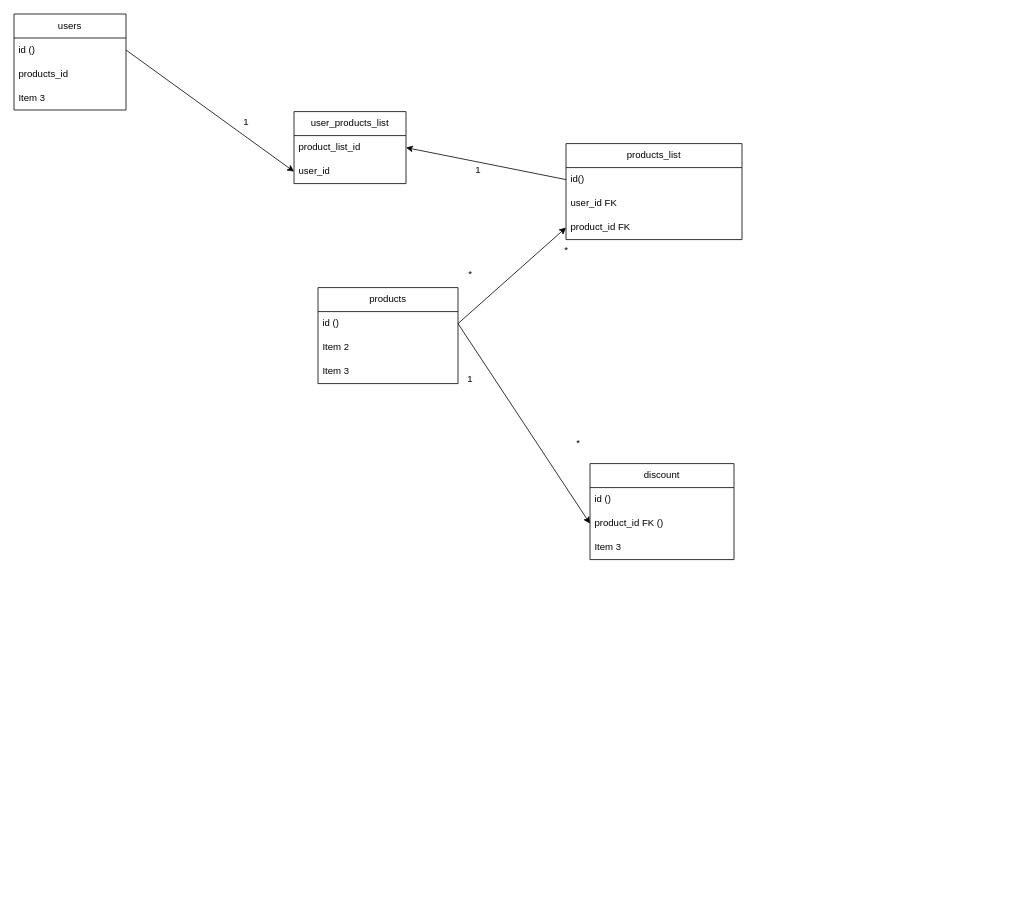
Above: DB_GRAPH.drawio in DamianoMura/backend (draw.io), before the change. Source tidied: cells renumbered, new cells numbered last; positions are measured from the earlier drawing's top-left corner, leaving out a move shared by most shapes. Both pictures are drawn from the tidied source at 80%, with x=0, y=0 at pixel (14, 14).
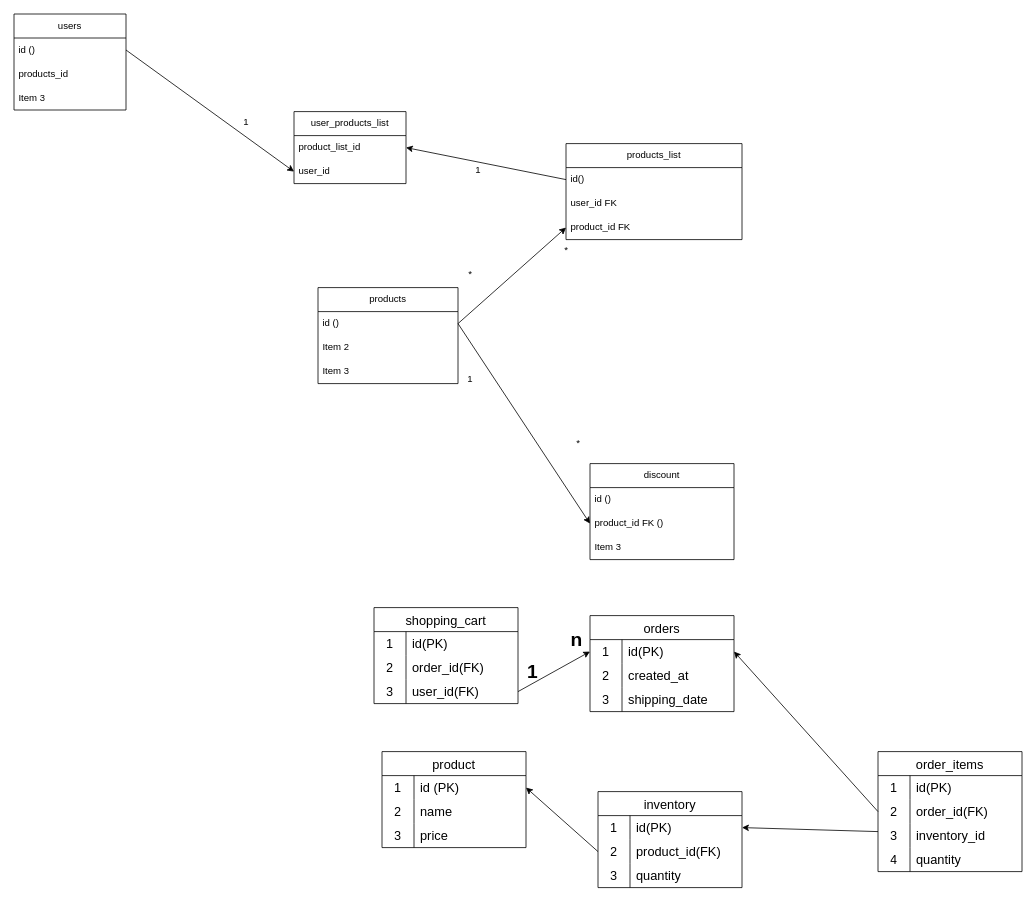
After the change.

Commit message:
[upd] graph

The edit, as a diff of the source:
```diff
@@
+    <mxCell id="31" value="product" style="shape=table;startSize=30;childLayout=tableLayout;rowLines=0;fontStyle=0;strokeColor=default;fontSize=16;" parent="1" vertex="1">
+      <mxGeometry x="460" y="922" width="180" height="120" as="geometry" />
+    </mxCell>
+    <mxCell id="32" style="shape=tableRow;horizontal=0;startSize=0;swimlaneHead=0;swimlaneBody=0;top=0;left=0;bottom=0;right=0;fillColor=none;points=[[0,0.5],[1,0.5]];portConstraint=eastwest;strokeColor=inherit;fontSize=16;" parent="31" vertex="1">
+      <mxGeometry y="30" width="180" height="30" as="geometry" />
+    </mxCell>
+    <mxCell id="33" value="1" style="shape=partialRectangle;html=1;whiteSpace=wrap;fillColor=none;top=0;left=0;bottom=0;right=0;overflow=hidden;strokeColor=inherit;fontSize=16;" parent="32" vertex="1">
+      <mxGeometry width="40" height="30" as="geometry" />
+    </mxCell>
+    <mxCell id="34" value="id (PK)" style="shape=partialRectangle;html=1;whiteSpace=wrap;fillColor=none;top=0;left=0;bottom=0;right=0;align=left;spacingLeft=6;overflow=hidden;strokeColor=inherit;fontSize=16;" parent="32" vertex="1">
+      <mxGeometry x="40" width="140" height="30" as="geometry" />
+    </mxCell>
+    <mxCell id="35" style="shape=tableRow;horizontal=0;startSize=0;swimlaneHead=0;swimlaneBody=0;top=0;left=0;bottom=0;right=0;fillColor=none;strokeColor=inherit;fontSize=16;" parent="31" vertex="1">
+      <mxGeometry y="60" width="180" height="30" as="geometry" />
+    </mxCell>
+    <mxCell id="36" value="2" style="shape=partialRectangle;html=1;whiteSpace=wrap;fillColor=none;top=0;left=0;bottom=0;right=0;overflow=hidden;strokeColor=inherit;fontSize=16;" parent="35" vertex="1">
+      <mxGeometry width="40" height="30" as="geometry" />
+    </mxCell>
+    <mxCell id="37" value="name" style="shape=partialRectangle;html=1;whiteSpace=wrap;fillColor=none;top=0;left=0;bottom=0;right=0;align=left;spacingLeft=6;overflow=hidden;strokeColor=inherit;fontSize=16;" parent="35" vertex="1">
+      <mxGeometry x="40" width="140" height="30" as="geometry" />
+    </mxCell>
+    <mxCell id="38" style="shape=tableRow;horizontal=0;startSize=0;swimlaneHead=0;swimlaneBody=0;top=0;left=0;bottom=0;right=0;fillColor=none;strokeColor=inherit;fontSize=16;" parent="31" vertex="1">
+      <mxGeometry y="90" width="180" height="30" as="geometry" />
+    </mxCell>
+    <mxCell id="39" value="3" style="shape=partialRectangle;html=1;whiteSpace=wrap;fillColor=none;top=0;left=0;bottom=0;right=0;overflow=hidden;strokeColor=inherit;fontSize=16;" parent="38" vertex="1">
+      <mxGeometry width="40" height="30" as="geometry" />
+    </mxCell>
+    <mxCell id="40" value="price" style="shape=partialRectangle;html=1;whiteSpace=wrap;fillColor=none;top=0;left=0;bottom=0;right=0;align=left;spacingLeft=6;overflow=hidden;strokeColor=inherit;fontSize=16;" parent="38" vertex="1">
+      <mxGeometry x="40" width="140" height="30" as="geometry" />
+    </mxCell>
+    <mxCell id="41" value="inventory" style="shape=table;startSize=30;childLayout=tableLayout;rowLines=0;fontStyle=0;strokeColor=default;fontSize=16;" parent="1" vertex="1">
+      <mxGeometry x="730" y="972" width="180" height="120" as="geometry" />
+    </mxCell>
+    <mxCell id="42" style="shape=tableRow;horizontal=0;startSize=0;swimlaneHead=0;swimlaneBody=0;top=0;left=0;bottom=0;right=0;fillColor=none;points=[[0,0.5],[1,0.5]];portConstraint=eastwest;strokeColor=inherit;fontSize=16;" parent="41" vertex="1">
+      <mxGeometry y="30" width="180" height="30" as="geometry" />
+    </mxCell>
+    <mxCell id="43" value="1" style="shape=partialRectangle;html=1;whiteSpace=wrap;fillColor=none;top=0;left=0;bottom=0;right=0;overflow=hidden;strokeColor=inherit;fontSize=16;" parent="42" vertex="1">
+      <mxGeometry width="40" height="30" as="geometry" />
+    </mxCell>
+    <mxCell id="44" value="id(PK)" style="shape=partialRectangle;html=1;whiteSpace=wrap;fillColor=none;top=0;left=0;bottom=0;right=0;align=left;spacingLeft=6;overflow=hidden;strokeColor=inherit;fontSize=16;" parent="42" vertex="1">
+      <mxGeometry x="40" width="140" height="30" as="geometry" />
+    </mxCell>
+    <mxCell id="45" style="shape=tableRow;horizontal=0;startSize=0;swimlaneHead=0;swimlaneBody=0;top=0;left=0;bottom=0;right=0;fillColor=none;points=[[0,0.5],[1,0.5]];portConstraint=eastwest;strokeColor=inherit;fontSize=16;" parent="41" vertex="1">
+      <mxGeometry y="60" width="180" height="30" as="geometry" />
+    </mxCell>
+    <mxCell id="46" value="2" style="shape=partialRectangle;html=1;whiteSpace=wrap;fillColor=none;top=0;left=0;bottom=0;right=0;overflow=hidden;strokeColor=inherit;fontSize=16;" parent="45" vertex="1">
+      <mxGeometry width="40" height="30" as="geometry" />
+    </mxCell>
+    <mxCell id="47" value="product_id(FK)" style="shape=partialRectangle;html=1;whiteSpace=wrap;fillColor=none;top=0;left=0;bottom=0;right=0;align=left;spacingLeft=6;overflow=hidden;strokeColor=inherit;fontSize=16;" parent="45" vertex="1">
+      <mxGeometry x="40" width="140" height="30" as="geometry" />
+    </mxCell>
+    <mxCell id="48" style="shape=tableRow;horizontal=0;startSize=0;swimlaneHead=0;swimlaneBody=0;top=0;left=0;bottom=0;right=0;fillColor=none;strokeColor=inherit;fontSize=16;" parent="41" vertex="1">
+      <mxGeometry y="90" width="180" height="30" as="geometry" />
+    </mxCell>
+    <mxCell id="49" value="3" style="shape=partialRectangle;html=1;whiteSpace=wrap;fillColor=none;top=0;left=0;bottom=0;right=0;overflow=hidden;strokeColor=inherit;fontSize=16;" parent="48" vertex="1">
+      <mxGeometry width="40" height="30" as="geometry" />
+    </mxCell>
+    <mxCell id="50" value="quantity" style="shape=partialRectangle;html=1;whiteSpace=wrap;fillColor=none;top=0;left=0;bottom=0;right=0;align=left;spacingLeft=6;overflow=hidden;strokeColor=inherit;fontSize=16;" parent="48" vertex="1">
+      <mxGeometry x="40" width="140" height="30" as="geometry" />
+    </mxCell>
+    <mxCell id="51" value="orders" style="shape=table;startSize=30;childLayout=tableLayout;rowLines=0;fontStyle=0;strokeColor=default;fontSize=16;" parent="1" vertex="1">
+      <mxGeometry x="720" y="752" width="180" height="120" as="geometry" />
+    </mxCell>
+    <mxCell id="52" style="shape=tableRow;horizontal=0;startSize=0;swimlaneHead=0;swimlaneBody=0;top=0;left=0;bottom=0;right=0;fillColor=none;points=[[0,0.5],[1,0.5]];portConstraint=eastwest;strokeColor=inherit;fontSize=16;" parent="51" vertex="1">
+      <mxGeometry y="30" width="180" height="30" as="geometry" />
+    </mxCell>
+    <mxCell id="53" value="1" style="shape=partialRectangle;html=1;whiteSpace=wrap;fillColor=none;top=0;left=0;bottom=0;right=0;overflow=hidden;strokeColor=inherit;fontSize=16;" parent="52" vertex="1">
+      <mxGeometry width="40" height="30" as="geometry" />
+    </mxCell>
+    <mxCell id="54" value="id(PK)" style="shape=partialRectangle;html=1;whiteSpace=wrap;fillColor=none;top=0;left=0;bottom=0;right=0;align=left;spacingLeft=6;overflow=hidden;strokeColor=inherit;fontSize=16;" parent="52" vertex="1">
+      <mxGeometry x="40" width="140" height="30" as="geometry" />
+    </mxCell>
+    <mxCell id="55" style="shape=tableRow;horizontal=0;startSize=0;swimlaneHead=0;swimlaneBody=0;top=0;left=0;bottom=0;right=0;fillColor=none;strokeColor=inherit;fontSize=16;" parent="51" vertex="1">
+      <mxGeometry y="60" width="180" height="30" as="geometry" />
+    </mxCell>
+    <mxCell id="56" value="2" style="shape=partialRectangle;html=1;whiteSpace=wrap;fillColor=none;top=0;left=0;bottom=0;right=0;overflow=hidden;strokeColor=inherit;fontSize=16;" parent="55" vertex="1">
+      <mxGeometry width="40" height="30" as="geometry" />
+    </mxCell>
+    <mxCell id="57" value="created_at" style="shape=partialRectangle;html=1;whiteSpace=wrap;fillColor=none;top=0;left=0;bottom=0;right=0;align=left;spacingLeft=6;overflow=hidden;strokeColor=inherit;fontSize=16;" parent="55" vertex="1">
+      <mxGeometry x="40" width="140" height="30" as="geometry" />
+    </mxCell>
+    <mxCell id="58" style="shape=tableRow;horizontal=0;startSize=0;swimlaneHead=0;swimlaneBody=0;top=0;left=0;bottom=0;right=0;fillColor=none;strokeColor=inherit;fontSize=16;" parent="51" vertex="1">
+      <mxGeometry y="90" width="180" height="30" as="geometry" />
+    </mxCell>
+    <mxCell id="59" value="3" style="shape=partialRectangle;html=1;whiteSpace=wrap;fillColor=none;top=0;left=0;bottom=0;right=0;overflow=hidden;strokeColor=inherit;fontSize=16;" parent="58" vertex="1">
+      <mxGeometry width="40" height="30" as="geometry" />
+    </mxCell>
+    <mxCell id="60" value="shipping_date" style="shape=partialRectangle;html=1;whiteSpace=wrap;fillColor=none;top=0;left=0;bottom=0;right=0;align=left;spacingLeft=6;overflow=hidden;strokeColor=inherit;fontSize=16;" parent="58" vertex="1">
+      <mxGeometry x="40" width="140" height="30" as="geometry" />
+    </mxCell>
+    <mxCell id="61" value="order_items" style="shape=table;startSize=30;childLayout=tableLayout;rowLines=0;fontStyle=0;strokeColor=default;fontSize=16;" parent="1" vertex="1">
+      <mxGeometry x="1080" y="922" width="180" height="150" as="geometry" />
+    </mxCell>
+    <mxCell id="62" style="shape=tableRow;horizontal=0;startSize=0;swimlaneHead=0;swimlaneBody=0;top=0;left=0;bottom=0;right=0;fillColor=none;strokeColor=inherit;fontSize=16;" parent="61" vertex="1">
+      <mxGeometry y="30" width="180" height="30" as="geometry" />
+    </mxCell>
+    <mxCell id="63" value="1" style="shape=partialRectangle;html=1;whiteSpace=wrap;fillColor=none;top=0;left=0;bottom=0;right=0;overflow=hidden;strokeColor=inherit;fontSize=16;" parent="62" vertex="1">
+      <mxGeometry width="40" height="30" as="geometry" />
+    </mxCell>
+    <mxCell id="64" value="id(PK)" style="shape=partialRectangle;html=1;whiteSpace=wrap;fillColor=none;top=0;left=0;bottom=0;right=0;align=left;spacingLeft=6;overflow=hidden;strokeColor=inherit;fontSize=16;" parent="62" vertex="1">
+      <mxGeometry x="40" width="140" height="30" as="geometry" />
+    </mxCell>
+    <mxCell id="65" style="shape=tableRow;horizontal=0;startSize=0;swimlaneHead=0;swimlaneBody=0;top=0;left=0;bottom=0;right=0;fillColor=none;points=[[0,0.5],[1,0.5]];portConstraint=eastwest;strokeColor=inherit;fontSize=16;" parent="61" vertex="1">
+      <mxGeometry y="60" width="180" height="30" as="geometry" />
+    </mxCell>
+    <mxCell id="66" value="2" style="shape=partialRectangle;html=1;whiteSpace=wrap;fillColor=none;top=0;left=0;bottom=0;right=0;overflow=hidden;strokeColor=inherit;fontSize=16;" parent="65" vertex="1">
+      <mxGeometry width="40" height="30" as="geometry" />
+    </mxCell>
+    <mxCell id="67" value="order_id(FK)" style="shape=partialRectangle;html=1;whiteSpace=wrap;fillColor=none;top=0;left=0;bottom=0;right=0;align=left;spacingLeft=6;overflow=hidden;strokeColor=inherit;fontSize=16;" parent="65" vertex="1">
+      <mxGeometry x="40" width="140" height="30" as="geometry" />
+    </mxCell>
+    <mxCell id="68" style="shape=tableRow;horizontal=0;startSize=0;swimlaneHead=0;swimlaneBody=0;top=0;left=0;bottom=0;right=0;fillColor=none;strokeColor=inherit;fontSize=16;" parent="61" vertex="1">
+      <mxGeometry y="90" width="180" height="30" as="geometry" />
+    </mxCell>
+    <mxCell id="69" value="3" style="shape=partialRectangle;html=1;whiteSpace=wrap;fillColor=none;top=0;left=0;bottom=0;right=0;overflow=hidden;strokeColor=inherit;fontSize=16;" parent="68" vertex="1">
+      <mxGeometry width="40" height="30" as="geometry" />
+    </mxCell>
+    <mxCell id="70" value="inventory_id" style="shape=partialRectangle;html=1;whiteSpace=wrap;fillColor=none;top=0;left=0;bottom=0;right=0;align=left;spacingLeft=6;overflow=hidden;strokeColor=inherit;fontSize=16;" parent="68" vertex="1">
+      <mxGeometry x="40" width="140" height="30" as="geometry" />
+    </mxCell>
+    <mxCell id="71" style="shape=tableRow;horizontal=0;startSize=0;swimlaneHead=0;swimlaneBody=0;top=0;left=0;bottom=0;right=0;fillColor=none;strokeColor=inherit;fontSize=16;" parent="61" vertex="1">
+      <mxGeometry y="120" width="180" height="30" as="geometry" />
+    </mxCell>
+    <mxCell id="72" value="4" style="shape=partialRectangle;html=1;whiteSpace=wrap;fillColor=none;top=0;left=0;bottom=0;right=0;overflow=hidden;strokeColor=inherit;fontSize=16;" parent="71" vertex="1">
+      <mxGeometry width="40" height="30" as="geometry" />
+    </mxCell>
+    <mxCell id="73" value="quantity" style="shape=partialRectangle;html=1;whiteSpace=wrap;fillColor=none;top=0;left=0;bottom=0;right=0;align=left;spacingLeft=6;overflow=hidden;strokeColor=inherit;fontSize=16;" parent="71" vertex="1">
+      <mxGeometry x="40" width="140" height="30" as="geometry" />
+    </mxCell>
+    <mxCell id="74" style="edgeStyle=none;html=1;exitX=0;exitY=0.5;exitDx=0;exitDy=0;entryX=1;entryY=0.5;entryDx=0;entryDy=0;" parent="1" edge="1" source="45" target="32">
+      <mxGeometry relative="1" as="geometry" />
+    </mxCell>
+    <mxCell id="75" style="edgeStyle=none;html=1;exitX=0;exitY=0.5;exitDx=0;exitDy=0;entryX=1;entryY=0.5;entryDx=0;entryDy=0;" parent="1" edge="1" target="42">
+      <mxGeometry relative="1" as="geometry">
+        <mxPoint x="1080" y="1022" as="sourcePoint" />
+      </mxGeometry>
+    </mxCell>
+    <mxCell id="76" style="edgeStyle=none;html=1;exitX=0;exitY=0.5;exitDx=0;exitDy=0;entryX=1;entryY=0.5;entryDx=0;entryDy=0;" parent="1" edge="1" source="65" target="52">
+      <mxGeometry relative="1" as="geometry" />
+    </mxCell>
+    <mxCell id="77" value="shopping_cart" style="shape=table;startSize=30;childLayout=tableLayout;rowLines=0;fontStyle=0;strokeColor=default;fontSize=16;" parent="1" vertex="1">
+      <mxGeometry x="450" y="742" width="180" height="120" as="geometry" />
+    </mxCell>
+    <mxCell id="78" style="shape=tableRow;horizontal=0;startSize=0;swimlaneHead=0;swimlaneBody=0;top=0;left=0;bottom=0;right=0;fillColor=none;strokeColor=inherit;fontSize=16;" parent="77" vertex="1">
+      <mxGeometry y="30" width="180" height="30" as="geometry" />
+    </mxCell>
+    <mxCell id="79" value="1" style="shape=partialRectangle;html=1;whiteSpace=wrap;fillColor=none;top=0;left=0;bottom=0;right=0;overflow=hidden;strokeColor=inherit;fontSize=16;" parent="78" vertex="1">
+      <mxGeometry width="40" height="30" as="geometry" />
+    </mxCell>
+    <mxCell id="80" value="id(PK)" style="shape=partialRectangle;html=1;whiteSpace=wrap;fillColor=none;top=0;left=0;bottom=0;right=0;align=left;spacingLeft=6;overflow=hidden;strokeColor=inherit;fontSize=16;" parent="78" vertex="1">
+      <mxGeometry x="40" width="140" height="30" as="geometry" />
+    </mxCell>
+    <mxCell id="81" style="shape=tableRow;horizontal=0;startSize=0;swimlaneHead=0;swimlaneBody=0;top=0;left=0;bottom=0;right=0;fillColor=none;strokeColor=inherit;fontSize=16;" parent="77" vertex="1">
+      <mxGeometry y="60" width="180" height="30" as="geometry" />
+    </mxCell>
+    <mxCell id="82" value="2" style="shape=partialRectangle;html=1;whiteSpace=wrap;fillColor=none;top=0;left=0;bottom=0;right=0;overflow=hidden;strokeColor=inherit;fontSize=16;" parent="81" vertex="1">
+      <mxGeometry width="40" height="30" as="geometry" />
+    </mxCell>
+    <mxCell id="83" value="order_id(FK)" style="shape=partialRectangle;html=1;whiteSpace=wrap;fillColor=none;top=0;left=0;bottom=0;right=0;align=left;spacingLeft=6;overflow=hidden;strokeColor=inherit;fontSize=16;" parent="81" vertex="1">
+      <mxGeometry x="40" width="140" height="30" as="geometry" />
+    </mxCell>
+    <mxCell id="84" style="shape=tableRow;horizontal=0;startSize=0;swimlaneHead=0;swimlaneBody=0;top=0;left=0;bottom=0;right=0;fillColor=none;points=[[0,0.5],[1,0.5]];portConstraint=eastwest;strokeColor=inherit;fontSize=16;" parent="77" vertex="1">
+      <mxGeometry y="90" width="180" height="30" as="geometry" />
+    </mxCell>
+    <mxCell id="85" value="3" style="shape=partialRectangle;html=1;whiteSpace=wrap;fillColor=none;top=0;left=0;bottom=0;right=0;overflow=hidden;strokeColor=inherit;fontSize=16;" parent="84" vertex="1">
+      <mxGeometry width="40" height="30" as="geometry" />
+    </mxCell>
+    <mxCell id="86" value="user_id(FK)" style="shape=partialRectangle;html=1;whiteSpace=wrap;fillColor=none;top=0;left=0;bottom=0;right=0;align=left;spacingLeft=6;overflow=hidden;strokeColor=inherit;fontSize=16;" parent="84" vertex="1">
+      <mxGeometry x="40" width="140" height="30" as="geometry" />
+    </mxCell>
+    <mxCell id="87" style="edgeStyle=none;html=1;entryX=0;entryY=0.5;entryDx=0;entryDy=0;exitX=1;exitY=0.5;exitDx=0;exitDy=0;" parent="1" edge="1" source="84" target="52">
+      <mxGeometry relative="1" as="geometry" />
+    </mxCell>
+    <mxCell id="88" value="1" style="text;strokeColor=none;fillColor=none;html=1;fontSize=24;fontStyle=1;verticalAlign=middle;align=center;" parent="1" vertex="1">
+      <mxGeometry x="605" y="802" width="85" height="40" as="geometry" />
+    </mxCell>
+    <mxCell id="89" value="n" style="text;strokeColor=none;fillColor=none;html=1;fontSize=24;fontStyle=1;verticalAlign=middle;align=center;" parent="1" vertex="1">
+      <mxGeometry x="660" y="762" width="85" height="40" as="geometry" />
+    </mxCell>
```
